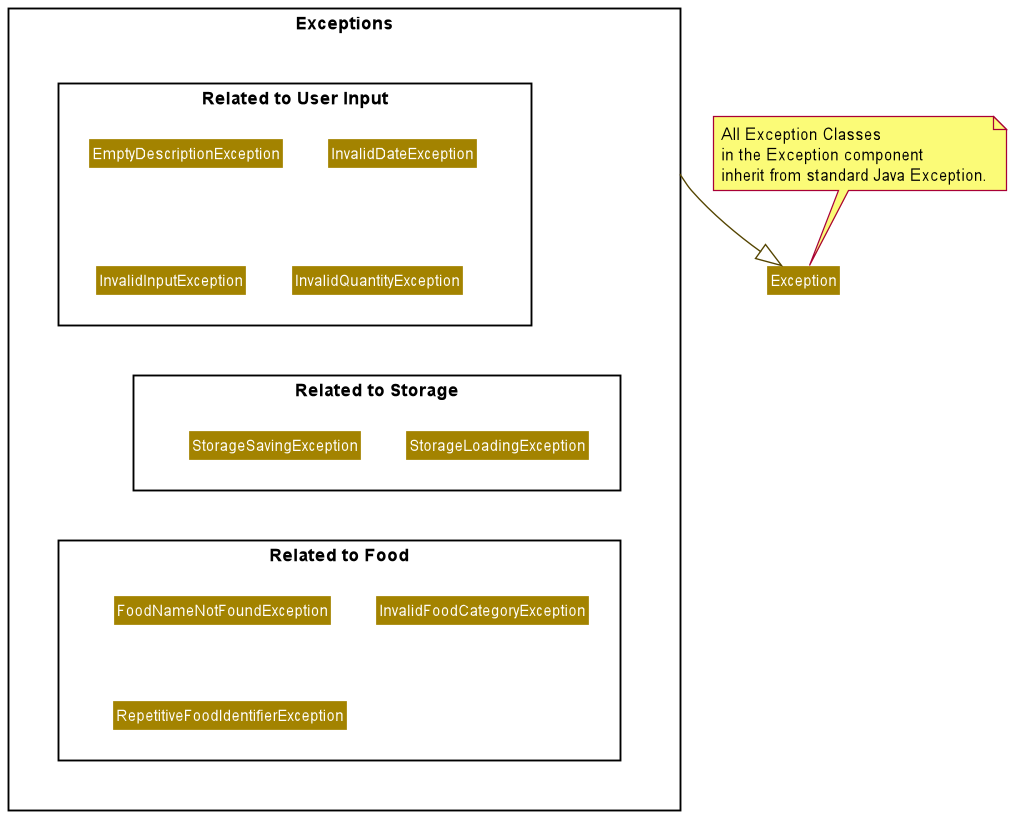
This is docs/diagrams/diagram_images/ExceptionClassDiagram.png from nus-cs2113-AY2021S2/tp, a PlantUML export, as it was before one commit.
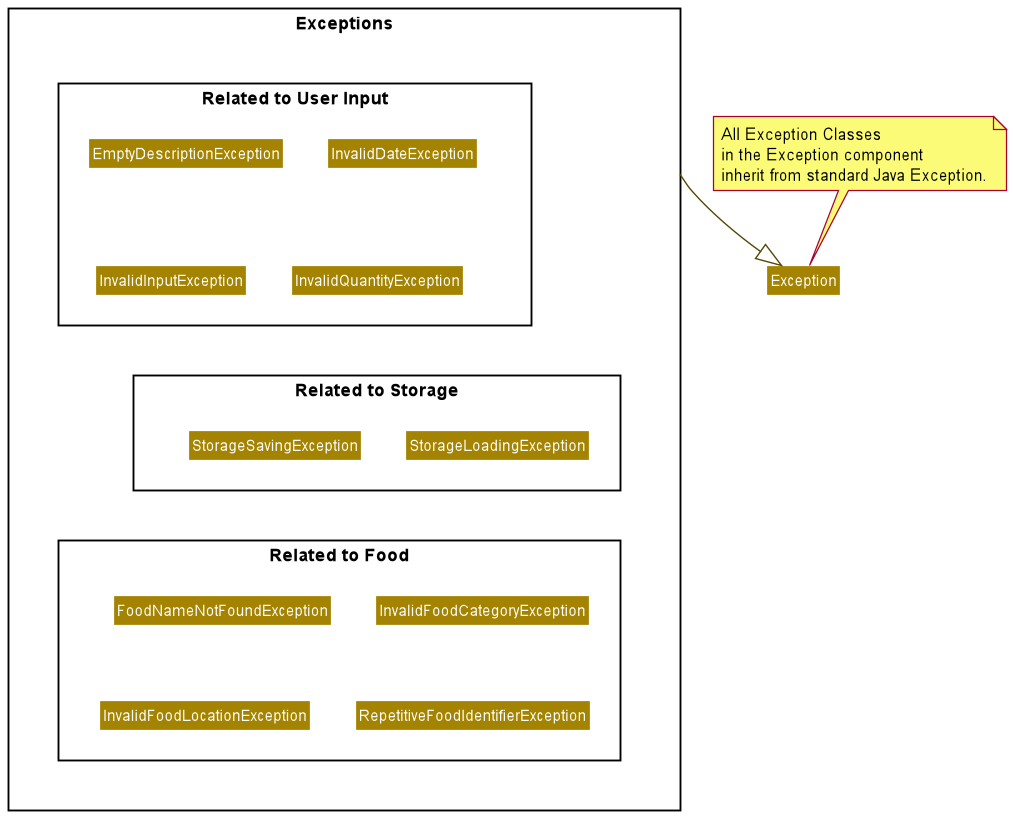
After the commit.

What changed in the source:
```diff
@@ -16,6 +16,7 @@
     package "Related to Food" as food <<Rectangle>> {
         class FoodNameNotFoundException
         class InvalidFoodCategoryException
+        class InvalidFoodLocationException
         class RepetitiveFoodIdentifierException
     }
 
```
